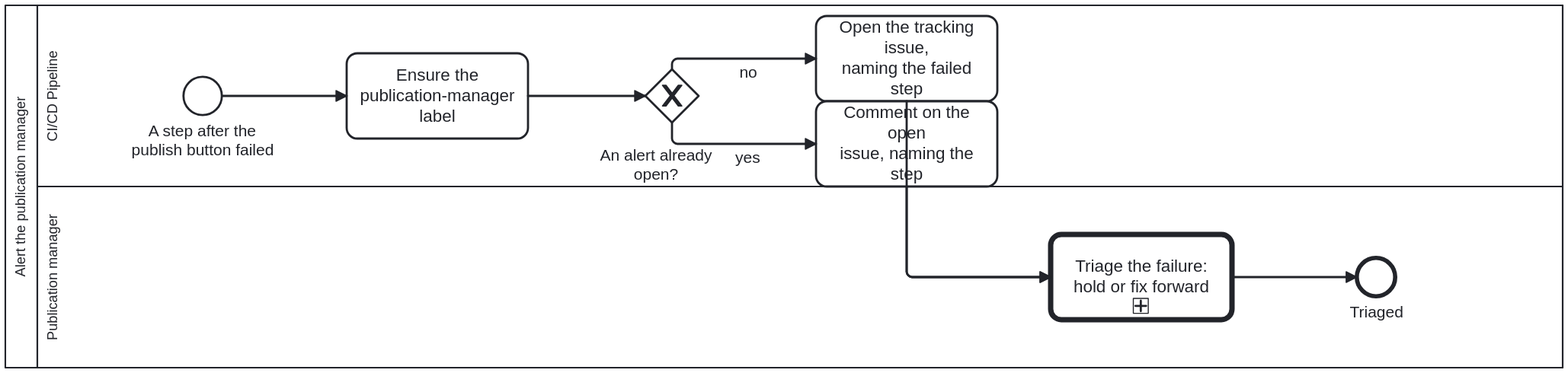
litlfred/cat-harness keeps this BPMN diagram as docs/assets/img/workflows/publish-alert.svg. Above is the earlier version. Its source is kept beside it as processes/sdlc/publish-alert.bpmn. Ids are renumbered.
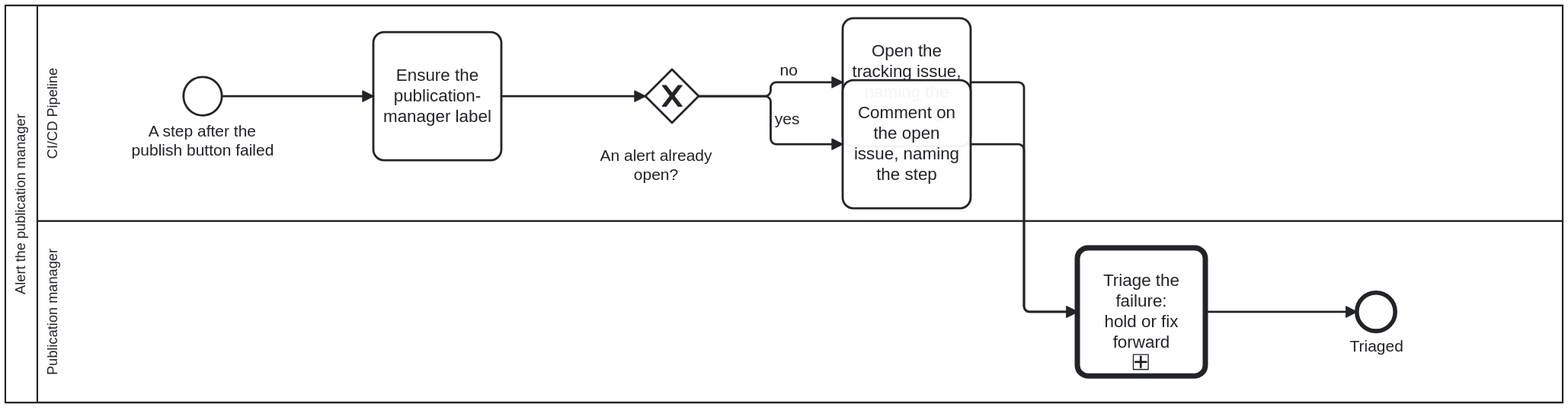
The same diagram one commit later.

Change to the diagram source:
```diff
@@ -77,23 +77,53 @@
   </bpmn:process>
   <bpmndi:BPMNDiagram id="Diagram_Process_PublishAlert">
     <bpmndi:BPMNPlane id="Plane_Process_PublishAlert" bpmnElement="Collaboration_Process_PublishAlert">
-      <bpmndi:BPMNShape id="Shape_Participant_Process_PublishAlert" bpmnElement="Participant_Process_PublishAlert" isHorizontal="true"><dc:Bounds x="60" y="60" width="1460" height="340"/></bpmndi:BPMNShape>
-      <bpmndi:BPMNShape id="Shape_Lane_Ci" bpmnElement="Lane_Ci" isHorizontal="true"><dc:Bounds x="90" y="60" width="1430" height="170"/></bpmndi:BPMNShape>
-      <bpmndi:BPMNShape id="Shape_Lane_PubMgr" bpmnElement="Lane_PubMgr" isHorizontal="true"><dc:Bounds x="90" y="230" width="1430" height="170"/></bpmndi:BPMNShape>
-      <bpmndi:BPMNShape id="Shape_Start_Failed" bpmnElement="Start_Failed"><dc:Bounds x="227" y="127" width="36" height="36"/><bpmndi:BPMNLabel><dc:Bounds x="175" y="169" width="140" height="40"/></bpmndi:BPMNLabel></bpmndi:BPMNShape>
-      <bpmndi:BPMNShape id="Shape_A_Label" bpmnElement="A_Label"><dc:Bounds x="380" y="105" width="170" height="80"/></bpmndi:BPMNShape>
-      <bpmndi:BPMNShape id="Shape_GW_Open" bpmnElement="GW_Open" isMarkerVisible="true"><dc:Bounds x="660" y="120" width="50" height="50"/><bpmndi:BPMNLabel><dc:Bounds x="599.25" y="191.5" width="140" height="36" /></bpmndi:BPMNLabel></bpmndi:BPMNShape>
-      <bpmndi:BPMNShape id="Shape_A_Open" bpmnElement="A_Open"><dc:Bounds x="820" y="70" width="170" height="80"/></bpmndi:BPMNShape>
-      <bpmndi:BPMNShape id="Shape_A_Comment" bpmnElement="A_Comment"><dc:Bounds x="820" y="150" width="170" height="80"/></bpmndi:BPMNShape>
-      <bpmndi:BPMNShape id="Shape_U_Triage" bpmnElement="U_Triage"><dc:Bounds x="1040" y="275" width="170" height="80"/></bpmndi:BPMNShape>
-      <bpmndi:BPMNShape id="Shape_End_Triaged" bpmnElement="End_Triaged"><dc:Bounds x="1327" y="297" width="36" height="36"/><bpmndi:BPMNLabel><dc:Bounds x="1275" y="339" width="140" height="40"/></bpmndi:BPMNLabel></bpmndi:BPMNShape>
-      <bpmndi:BPMNEdge id="Edge_F_1" bpmnElement="F_1"><di:waypoint x="263" y="145"/><di:waypoint x="380" y="145"/></bpmndi:BPMNEdge>
-      <bpmndi:BPMNEdge id="Edge_F_2" bpmnElement="F_2"><di:waypoint x="550" y="145"/><di:waypoint x="660" y="145"/></bpmndi:BPMNEdge>
-      <bpmndi:BPMNEdge id="Edge_F_3" bpmnElement="F_3"><di:waypoint x="685" y="120"/><di:waypoint x="685" y="110"/><di:waypoint x="820" y="110"/><bpmndi:BPMNLabel><dc:Bounds x="691" y="114" width="130" height="20"/></bpmndi:BPMNLabel></bpmndi:BPMNEdge>
-      <bpmndi:BPMNEdge id="Edge_F_4" bpmnElement="F_4"><di:waypoint x="685" y="170"/><di:waypoint x="685" y="190"/><di:waypoint x="820" y="190"/><bpmndi:BPMNLabel><dc:Bounds x="691" y="194" width="130" height="20"/></bpmndi:BPMNLabel></bpmndi:BPMNEdge>
-      <bpmndi:BPMNEdge id="Edge_F_5" bpmnElement="F_5"><di:waypoint x="905" y="150"/><di:waypoint x="905" y="315"/><di:waypoint x="1040" y="315"/></bpmndi:BPMNEdge>
-      <bpmndi:BPMNEdge id="Edge_F_6" bpmnElement="F_6"><di:waypoint x="905" y="230"/><di:waypoint x="905" y="315"/><di:waypoint x="1040" y="315"/></bpmndi:BPMNEdge>
-      <bpmndi:BPMNEdge id="Edge_F_7" bpmnElement="F_7"><di:waypoint x="1210" y="315"/><di:waypoint x="1327" y="315"/></bpmndi:BPMNEdge>
+      <bpmndi:BPMNShape id="Shape_Participant_Process_PublishAlert" bpmnElement="Participant_Process_PublishAlert" isHorizontal="true"><dc:Bounds x="60" y="60" width="1460" height="372" /></bpmndi:BPMNShape>
+      <bpmndi:BPMNShape id="Shape_Lane_Ci" bpmnElement="Lane_Ci" isHorizontal="true"><dc:Bounds x="90" y="60" width="1430" height="202" /></bpmndi:BPMNShape>
+      <bpmndi:BPMNShape id="Shape_Lane_PubMgr" bpmnElement="Lane_PubMgr" isHorizontal="true"><dc:Bounds x="90" y="262" width="1430" height="170" /></bpmndi:BPMNShape>
+      <bpmndi:BPMNShape id="Shape_Start_Failed" bpmnElement="Start_Failed"><dc:Bounds x="227" y="127" width="36" height="36" /><bpmndi:BPMNLabel><dc:Bounds x="175" y="169" width="140" height="40"/></bpmndi:BPMNLabel></bpmndi:BPMNShape>
+      <bpmndi:BPMNShape id="Shape_A_Label" bpmnElement="A_Label"><dc:Bounds x="405" y="85" width="120" height="120" /></bpmndi:BPMNShape>
+      <bpmndi:BPMNShape id="Shape_GW_Open" bpmnElement="GW_Open" isMarkerVisible="true"><dc:Bounds x="660" y="120" width="50" height="50" /><bpmndi:BPMNLabel><dc:Bounds x="599.25" y="191.5" width="140" height="36" /></bpmndi:BPMNLabel></bpmndi:BPMNShape>
+      <bpmndi:BPMNShape id="Shape_A_Open" bpmnElement="A_Open"><dc:Bounds x="845" y="72" width="120" height="120" /></bpmndi:BPMNShape>
+      <bpmndi:BPMNShape id="Shape_A_Comment" bpmnElement="A_Comment"><dc:Bounds x="845" y="130" width="120" height="120" /></bpmndi:BPMNShape>
+      <bpmndi:BPMNShape id="Shape_U_Triage" bpmnElement="U_Triage"><dc:Bounds x="1065" y="287" width="120" height="120" /></bpmndi:BPMNShape>
+      <bpmndi:BPMNShape id="Shape_End_Triaged" bpmnElement="End_Triaged"><dc:Bounds x="1327" y="329" width="36" height="36" /><bpmndi:BPMNLabel><dc:Bounds x="1275" y="371" width="140" height="40"/></bpmndi:BPMNLabel></bpmndi:BPMNShape>
+      <bpmndi:BPMNEdge id="Edge_F_1" bpmnElement="F_1">
+        <di:waypoint x="263" y="145" />
+        <di:waypoint x="405" y="145" />
+      </bpmndi:BPMNEdge>
+      <bpmndi:BPMNEdge id="Edge_F_2" bpmnElement="F_2">
+        <di:waypoint x="525" y="145" />
+        <di:waypoint x="660" y="145" />
+      </bpmndi:BPMNEdge>
+      <bpmndi:BPMNEdge id="Edge_F_3" bpmnElement="F_3">
+        <di:waypoint x="710" y="145" />
+        <di:waypoint x="777.5" y="145" />
+        <di:waypoint x="777.5" y="132" />
+        <di:waypoint x="845" y="132" />
+        <bpmndi:BPMNLabel><dc:Bounds x="749.38" y="112" width="90" height="17" /></bpmndi:BPMNLabel>
+      </bpmndi:BPMNEdge>
+      <bpmndi:BPMNEdge id="Edge_F_4" bpmnElement="F_4">
+        <di:waypoint x="710" y="145" />
+        <di:waypoint x="777.5" y="145" />
+        <di:waypoint x="777.5" y="190" />
+        <di:waypoint x="845" y="190" />
+      </bpmndi:BPMNEdge>
+      <bpmndi:BPMNEdge id="Edge_F_5" bpmnElement="F_5">
+        <di:waypoint x="965" y="132" />
+        <di:waypoint x="1015" y="132" />
+        <di:waypoint x="1015" y="347" />
+        <di:waypoint x="1065" y="347" />
+      </bpmndi:BPMNEdge>
+      <bpmndi:BPMNEdge id="Edge_F_6" bpmnElement="F_6">
+        <di:waypoint x="965" y="190" />
+        <di:waypoint x="1015" y="190" />
+        <di:waypoint x="1015" y="347" />
+        <di:waypoint x="1065" y="347" />
+      </bpmndi:BPMNEdge>
+      <bpmndi:BPMNEdge id="Edge_F_7" bpmnElement="F_7">
+        <di:waypoint x="1185" y="347" />
+        <di:waypoint x="1327" y="347" />
+      </bpmndi:BPMNEdge>
     </bpmndi:BPMNPlane>
   </bpmndi:BPMNDiagram>
 </bpmn:definitions>
```
